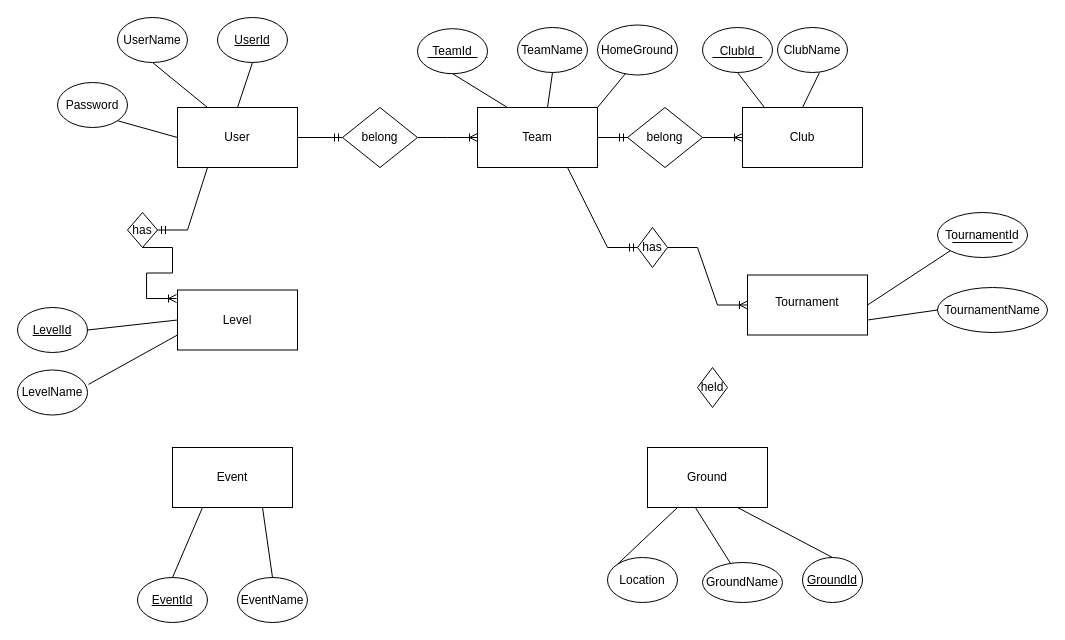
The draw.io diagram Untitled Diagram.drawio in chamithopatha/Crickfix, before the edit. Source tidied: cells renumbered, new cells numbered last; positions are measured from the earlier drawing's top-left corner, leaving out a move shared by most shapes. Both pictures are drawn from the tidied source at 100%, with x=0, y=0 at pixel (17, 17).
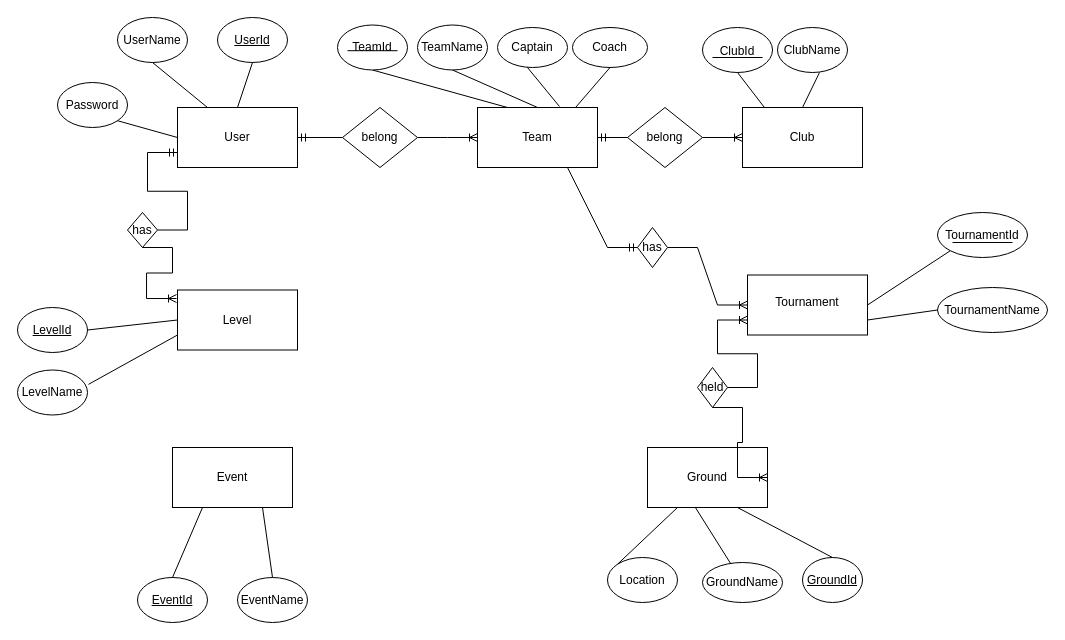
The same diagram, later.

Unchanged cells that the change refers to:
```xml
<mxCell id="11" style="rounded=0;whiteSpace=wrap;html=1;" parent="1" vertex="1">
  <mxGeometry x="160" y="90" width="120" height="60" as="geometry" />
</mxCell>
<mxCell id="16" style="rounded=0;whiteSpace=wrap;html=1;" parent="1" vertex="1">
  <mxGeometry x="460" y="90" width="120" height="60" as="geometry" />
</mxCell>
<mxCell id="21" style="rounded=0;whiteSpace=wrap;html=1;" parent="1" vertex="1">
  <mxGeometry x="630" y="430" width="120" height="60" as="geometry" />
</mxCell>
<mxCell id="39" style="rounded=0;whiteSpace=wrap;html=1;" parent="1" vertex="1">
  <mxGeometry x="730" y="257.5" width="120" height="60" as="geometry" />
</mxCell>
<mxCell id="46" value="belong" style="shape=rhombus;perimeter=rhombusPerimeter;whiteSpace=wrap;html=1;align=center;" parent="1" vertex="1">
  <mxGeometry x="325" y="90" width="75" height="60" as="geometry" />
</mxCell>
<mxCell id="47" value="belong" style="shape=rhombus;perimeter=rhombusPerimeter;whiteSpace=wrap;html=1;align=center;" parent="1" vertex="1">
  <mxGeometry x="610" y="90" width="75" height="60" as="geometry" />
</mxCell>
<mxCell id="54" value="has" style="rhombus;whiteSpace=wrap;html=1;rotation=0;" parent="1" vertex="1">
  <mxGeometry x="110" y="195" width="30" height="35" as="geometry" />
</mxCell>
<mxCell id="70" value="held" style="rhombus;whiteSpace=wrap;html=1;rotation=0;" parent="1" vertex="1">
  <mxGeometry x="680" y="350" width="30" height="40" as="geometry" />
</mxCell>
```

Change to the diagram source:
```diff
@@
-    <mxCell id="5" value="HomeGround" style="ellipse;whiteSpace=wrap;html=1;" parent="1" vertex="1">
-      <mxGeometry x="580" y="7.5" width="80" height="50" as="geometry" />
-    </mxCell>
     <mxCell id="6" value="TeamName" style="ellipse;whiteSpace=wrap;html=1;" parent="1" vertex="1">
-      <mxGeometry x="500" y="10" width="70" height="45" as="geometry" />
+      <mxGeometry x="400" y="7.5" width="70" height="45" as="geometry" />
     </mxCell>
@@
-    <mxCell id="18" style="endArrow=none;html=1;rounded=0;" parent="1" edge="1" source="68">
-      <mxGeometry relative="1" as="geometry">
-        <mxPoint x="470" y="40" as="targetPoint" />
-      </mxGeometry>
-    </mxCell>
@@
-    <mxCell id="20" style="endArrow=none;html=1;rounded=0;entryX=0.5;entryY=1;entryDx=0;entryDy=0;" parent="1" edge="1" target="6">
-      <mxGeometry relative="1" as="geometry">
-        <mxPoint x="530" y="90" as="sourcePoint" />
-      </mxGeometry>
+    <mxCell id="20" style="endArrow=none;html=1;rounded=0;entryX=0.5;entryY=1;entryDx=0;entryDy=0;exitX=0.5;exitY=0;exitDx=0;exitDy=0;" parent="1" edge="1" source="16" target="6">
+      <mxGeometry relative="1" as="geometry" />
     </mxCell>
@@
-    <mxCell id="48" style="edgeStyle=entityRelationEdgeStyle;fontSize=12;html=1;endArrow=ERmandOne;rounded=0;exitX=1;exitY=0.5;exitDx=0;exitDy=0;entryX=0;entryY=0.5;entryDx=0;entryDy=0;" parent="1" edge="1" source="11" target="46">
-      <mxGeometry relative="1" as="geometry" />
-    </mxCell>
@@
-    <mxCell id="50" style="edgeStyle=entityRelationEdgeStyle;fontSize=12;html=1;endArrow=ERmandOne;rounded=0;exitX=1;exitY=0.5;exitDx=0;exitDy=0;entryX=0;entryY=0.5;entryDx=0;entryDy=0;" parent="1" edge="1" source="16" target="47">
-      <mxGeometry relative="1" as="geometry">
-        <Array as="points">
-          <mxPoint x="320" y="150" />
-          <mxPoint x="620" y="190" />
-        </Array>
-      </mxGeometry>
-    </mxCell>
@@
-    <mxCell id="55" style="endArrow=none;html=1;rounded=0;entryX=0.35;entryY=0.97;entryDx=0;entryDy=0;entryPerimeter=0;exitX=1;exitY=0;exitDx=0;exitDy=0;" parent="1" edge="1" source="16" target="5">
-      <mxGeometry relative="1" as="geometry" />
+    <mxCell id="55" style="endArrow=none;html=1;rounded=0;entryX=0.35;entryY=0.97;entryDx=0;entryDy=0;entryPerimeter=0;exitX=0.683;exitY=-0.017;exitDx=0;exitDy=0;exitPerimeter=0;" parent="1" edge="1" source="16">
+      <mxGeometry relative="1" as="geometry">
+        <mxPoint x="508" y="47.6" as="targetPoint" />
+      </mxGeometry>
     </mxCell>
@@
     <mxCell id="68" value="TeamId" style="ellipse;whiteSpace=wrap;html=1;" parent="1" vertex="1">
-      <mxGeometry x="400" y="11.2" width="70" height="45" as="geometry" />
+      <mxGeometry x="320" y="7.5" width="70" height="45" as="geometry" />
     </mxCell>
     <mxCell id="69" style="endArrow=none;html=1;rounded=0;" parent="1" edge="1">
       <mxGeometry relative="1" as="geometry">
-        <mxPoint x="410" y="40" as="sourcePoint" />
-        <mxPoint x="460" y="40" as="targetPoint" />
+        <mxPoint x="330" y="33.2" as="sourcePoint" />
+        <mxPoint x="380" y="33.2" as="targetPoint" />
       </mxGeometry>
     </mxCell>
@@
-    <mxCell id="73" style="edgeStyle=entityRelationEdgeStyle;fontSize=12;html=1;endArrow=ERmandOne;rounded=0;entryX=1;entryY=0.5;entryDx=0;entryDy=0;exitX=0.5;exitY=1;exitDx=0;exitDy=0;" parent="1" edge="1" source="11" target="54">
-      <mxGeometry relative="1" as="geometry" />
-    </mxCell>
@@
+    <mxCell id="75" style="edgeStyle=entityRelationEdgeStyle;fontSize=12;html=1;endArrow=ERoneToMany;rounded=0;exitX=1;exitY=0.5;exitDx=0;exitDy=0;entryX=0;entryY=0.75;entryDx=0;entryDy=0;" parent="1" edge="1" source="70" target="39">
+      <mxGeometry relative="1" as="geometry" />
+    </mxCell>
+    <mxCell id="76" style="edgeStyle=entityRelationEdgeStyle;fontSize=12;html=1;endArrow=ERoneToMany;rounded=0;entryX=1;entryY=0.5;entryDx=0;entryDy=0;exitX=0.5;exitY=1;exitDx=0;exitDy=0;" parent="1" edge="1" source="70" target="21">
+      <mxGeometry relative="1" as="geometry" />
+    </mxCell>
+    <mxCell id="77" style="edgeStyle=entityRelationEdgeStyle;fontSize=12;html=1;endArrow=ERmandOne;rounded=0;entryX=1;entryY=0.5;entryDx=0;entryDy=0;exitX=0;exitY=0.5;exitDx=0;exitDy=0;" parent="1" edge="1" source="47" target="16">
+      <mxGeometry relative="1" as="geometry" />
+    </mxCell>
+    <mxCell id="78" style="edgeStyle=entityRelationEdgeStyle;fontSize=12;html=1;endArrow=ERmandOne;rounded=0;entryX=1;entryY=0.5;entryDx=0;entryDy=0;exitX=0;exitY=0.5;exitDx=0;exitDy=0;" parent="1" edge="1" source="46" target="11">
+      <mxGeometry relative="1" as="geometry" />
+    </mxCell>
+    <mxCell id="79" style="edgeStyle=entityRelationEdgeStyle;fontSize=12;html=1;endArrow=ERmandOne;rounded=0;exitX=1;exitY=0.5;exitDx=0;exitDy=0;entryX=0;entryY=0.75;entryDx=0;entryDy=0;" parent="1" edge="1" source="54" target="11">
+      <mxGeometry relative="1" as="geometry" />
+    </mxCell>
+    <mxCell id="80" value="Captain" style="ellipse;whiteSpace=wrap;html=1;align=center;" parent="1" vertex="1">
+      <mxGeometry x="480" y="10" width="70" height="40" as="geometry" />
+    </mxCell>
+    <mxCell id="81" value="Coach" style="ellipse;whiteSpace=wrap;html=1;align=center;" parent="1" vertex="1">
+      <mxGeometry x="555" y="10" width="75" height="40" as="geometry" />
+    </mxCell>
+    <mxCell id="82" style="endArrow=none;html=1;rounded=0;exitX=0.817;exitY=0;exitDx=0;exitDy=0;exitPerimeter=0;entryX=0.5;entryY=1;entryDx=0;entryDy=0;" parent="1" edge="1" source="16" target="81">
+      <mxGeometry relative="1" as="geometry" />
+    </mxCell>
```
